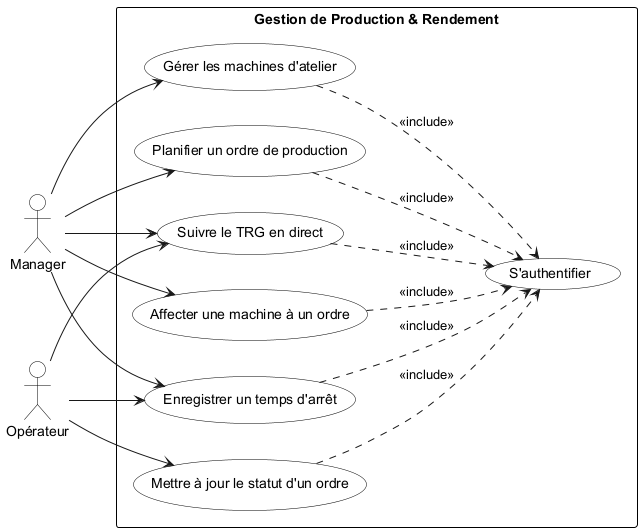
The PlantUML diagram Rapport/diagrams/sprint2_usecase.png in ayoubmek/PFE_data_science, before a commit. The source it was exported from:
```plantuml
@startuml sprint2_usecase
left to right direction
skinparam usecase {
    BackgroundColor White
    BorderColor Black
}
skinparam actor {
    BackgroundColor White
    BorderColor Black
}
skinparam rectangle {
    BackgroundColor White
    BorderColor Black
}

actor "Manager" as MGR
actor "Opérateur" as OPE

rectangle "Gestion de Production & Rendement" {
    usecase "S'authentifier" as UC_Auth
    usecase "Gérer les machines d'atelier" as UC21
    usecase "Planifier un ordre de production" as UC22
    usecase "Affecter une machine à un ordre" as UC23
    usecase "Mettre à jour le statut d'un ordre" as UC24
    usecase "Suivre le TRG en direct" as UC25
    usecase "Enregistrer un temps d'arrêt" as UC26
}

MGR --> UC21
MGR --> UC22
MGR --> UC23
MGR --> UC25
MGR --> UC26

OPE --> UC24
OPE --> UC26
OPE --> UC25

UC21 ..> UC_Auth : <<include>>
UC22 ..> UC_Auth : <<include>>
UC23 ..> UC_Auth : <<include>>
UC24 ..> UC_Auth : <<include>>
UC25 ..> UC_Auth : <<include>>
UC26 ..> UC_Auth : <<include>>
@enduml
```
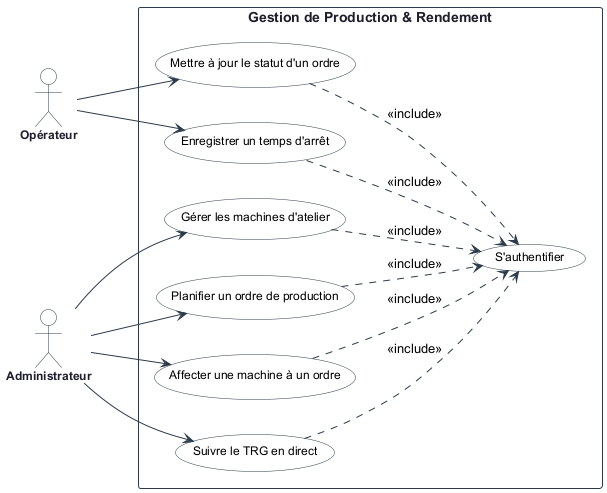
Above is the later version.

Change to the diagram source:
```diff
@@ -1,40 +1,52 @@
 @startuml sprint2_usecase
 left to right direction
+skinparam packageStyle rectangle
+skinparam shadowing false
+
 skinparam usecase {
     BackgroundColor White
-    BorderColor Black
+    BorderColor #2B3A4A
+    ArrowColor #2B3A4A
+    FontSize 12
+    FontName Arial
 }
 skinparam actor {
     BackgroundColor White
-    BorderColor Black
+    BorderColor #2B3A4A
+    FontColor #1E1E2D
+    FontSize 12
+    FontName Arial
+    FontStyle bold
 }
 skinparam rectangle {
     BackgroundColor White
-    BorderColor Black
+    BorderColor #2B3A4A
+    FontSize 14
+    FontName Arial
+    FontStyle bold
+    FontColor #1E1E2D
 }
 
-actor "Manager" as MGR
 actor "Opérateur" as OPE
+actor "Administrateur" as ADM
 
 rectangle "Gestion de Production & Rendement" {
     usecase "S'authentifier" as UC_Auth
+    usecase "Mettre à jour le statut d'un ordre" as UC24
+    usecase "Enregistrer un temps d'arrêt" as UC26
     usecase "Gérer les machines d'atelier" as UC21
     usecase "Planifier un ordre de production" as UC22
     usecase "Affecter une machine à un ordre" as UC23
-    usecase "Mettre à jour le statut d'un ordre" as UC24
     usecase "Suivre le TRG en direct" as UC25
-    usecase "Enregistrer un temps d'arrêt" as UC26
 }
-
-MGR --> UC21
-MGR --> UC22
-MGR --> UC23
-MGR --> UC25
-MGR --> UC26
 
 OPE --> UC24
 OPE --> UC26
-OPE --> UC25
+
+ADM --> UC21
+ADM --> UC22
+ADM --> UC23
+ADM --> UC25
 
 UC21 ..> UC_Auth : <<include>>
 UC22 ..> UC_Auth : <<include>>
```
